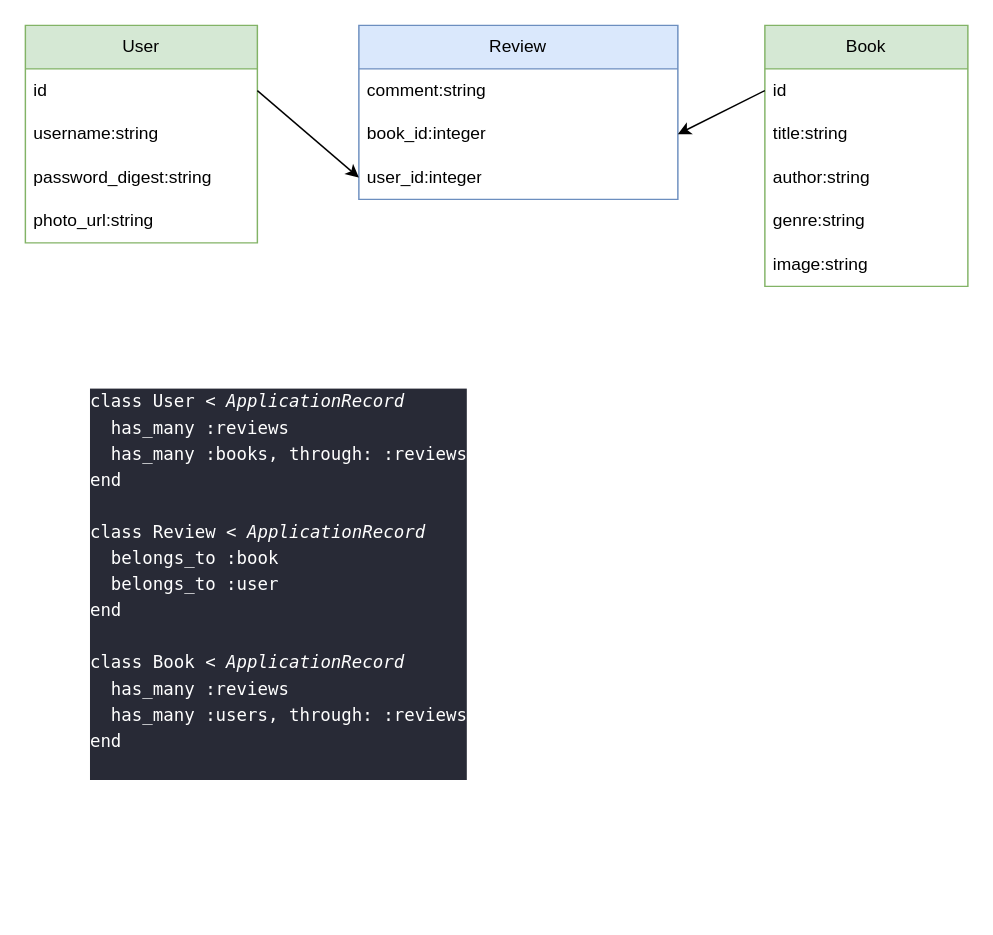
Earlier version of the draw.io diagram ERD.drawio (rstarksmith/phase-4-project-shelfie-review). Source tidied: cells renumbered, new cells numbered last; positions are measured from the earlier drawing's top-left corner, leaving out a move shared by most shapes. Both pictures are drawn from the tidied source at 145%, with x=0, y=0 at pixel (25, 25).
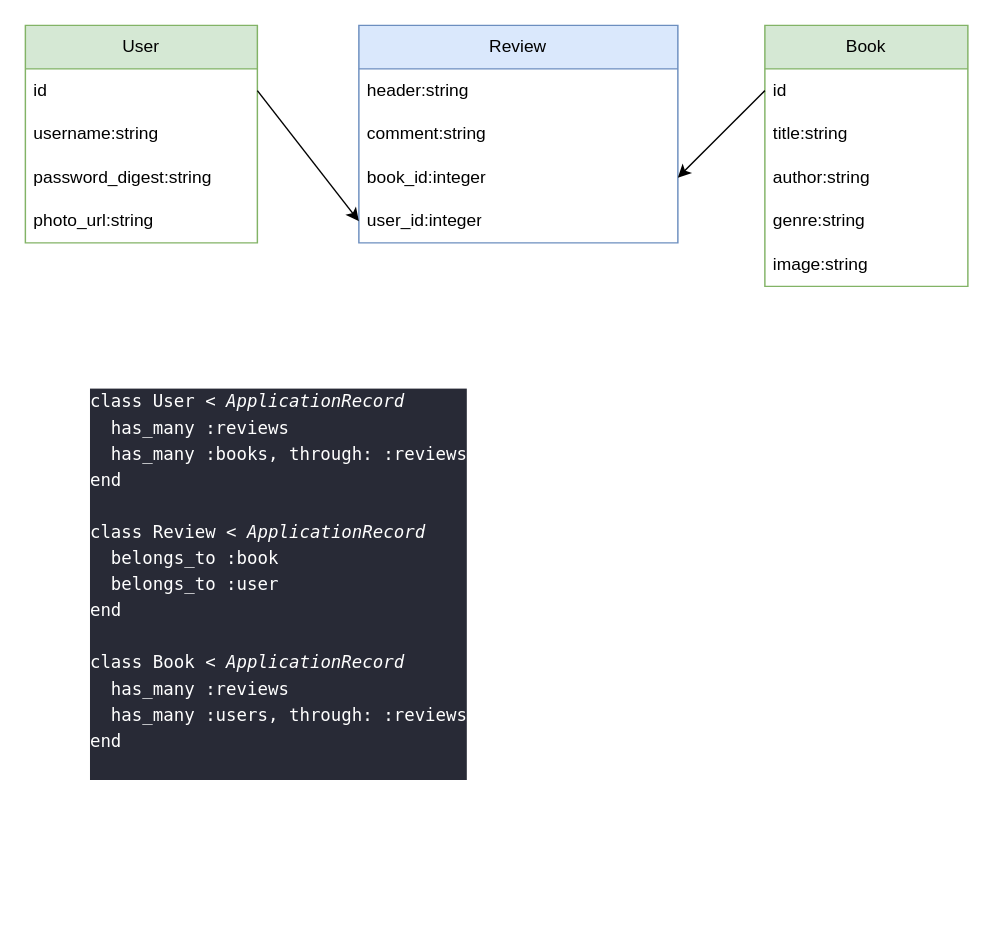
The same diagram, later.

Diff of the diagram source:
```diff
@@
     <mxCell id="2" value="Review" style="swimlane;fontStyle=0;horizontal=1;startSize=30;whiteSpace=wrap;html=1;fillColor=#dae8fc;strokeColor=#6c8ebf;" parent="1" vertex="1">
-      <mxGeometry x="230" width="220" height="120" as="geometry" />
+      <mxGeometry x="230" width="220" height="150" as="geometry" />
     </mxCell>
+    <mxCell id="20" value="header:string" style="text;strokeColor=none;fillColor=none;align=left;verticalAlign=middle;spacingLeft=4;spacingRight=4;overflow=hidden;whiteSpace=wrap;html=1;" parent="2" vertex="1">
+      <mxGeometry y="30" width="220" height="30" as="geometry" />
+    </mxCell>
     <mxCell id="3" value="comment:string" style="text;strokeColor=none;fillColor=none;align=left;verticalAlign=middle;spacingLeft=4;spacingRight=4;overflow=hidden;whiteSpace=wrap;html=1;" parent="2" vertex="1">
-      <mxGeometry y="30" width="220" height="30" as="geometry" />
+      <mxGeometry y="60" width="220" height="30" as="geometry" />
     </mxCell>
     <mxCell id="4" value="book_id:integer" style="text;strokeColor=none;fillColor=none;align=left;verticalAlign=middle;spacingLeft=4;spacingRight=4;overflow=hidden;points=[[0,0.5],[1,0.5]];portConstraint=eastwest;whiteSpace=wrap;html=1;" parent="2" vertex="1">
-      <mxGeometry y="60" width="220" height="30" as="geometry" />
+      <mxGeometry y="90" width="220" height="30" as="geometry" />
     </mxCell>
     <mxCell id="5" value="user_id:integer" style="text;strokeColor=none;fillColor=none;align=left;verticalAlign=middle;spacingLeft=4;spacingRight=4;overflow=hidden;points=[[0,0.5],[1,0.5]];portConstraint=eastwest;whiteSpace=wrap;html=1;" parent="2" vertex="1">
-      <mxGeometry y="90" width="220" height="30" as="geometry" />
+      <mxGeometry y="120" width="220" height="30" as="geometry" />
     </mxCell>
```
